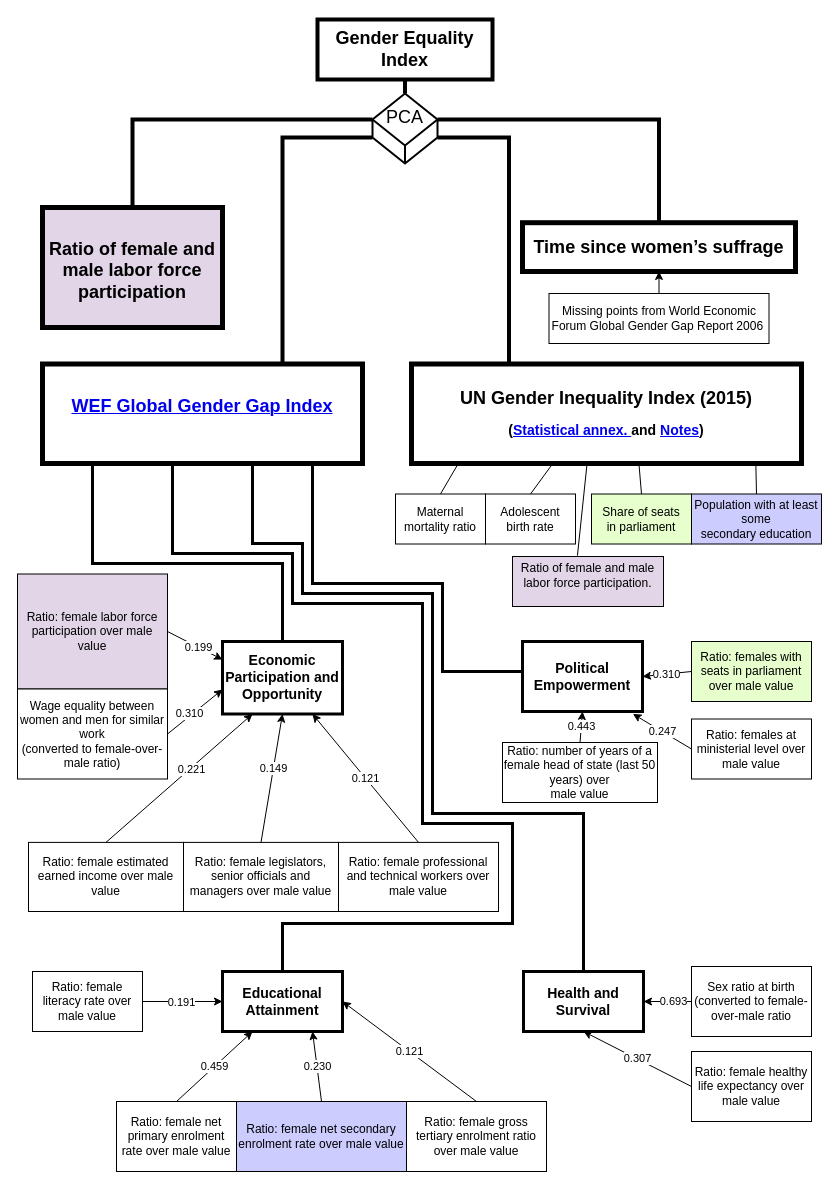
Earlier version of the draw.io diagram Article/figures/GenderEqualityIndex.drawio.xml (scerioli/Global-Preferences-Survey). Source tidied: cells renumbered, new cells numbered last; positions are measured from the earlier drawing's top-left corner, leaving out a move shared by most shapes. Both pictures are drawn from the tidied source at 100%, with x=0, y=0 at pixel (17, 19).
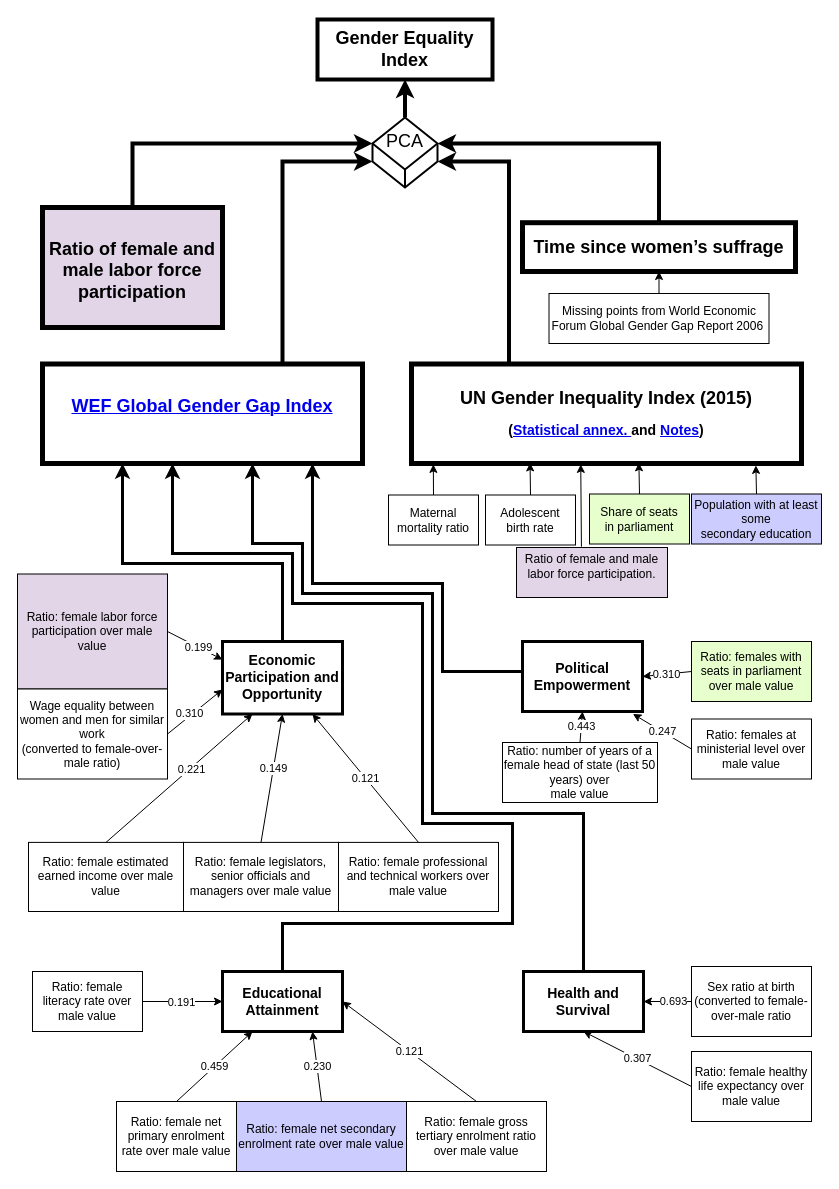
The same diagram, later.

Unchanged cells that the change refers to:
```xml
<mxCell id="2" value="&lt;font style=&quot;font-size: 18px&quot;&gt;&lt;b&gt;Gender Equality Index&lt;/b&gt;&lt;/font&gt;" style="rounded=0;whiteSpace=wrap;html=1;strokeWidth=4;" parent="1" vertex="1">
  <mxGeometry x="300" width="175" height="60" as="geometry" />
</mxCell>
<mxCell id="3" value="&lt;p&gt;&lt;font style=&quot;font-size: 18px&quot;&gt;&lt;b&gt;Time since women’s suffrage&lt;/b&gt;&lt;/font&gt;&lt;/p&gt;" style="rounded=0;whiteSpace=wrap;html=1;strokeWidth=5;" parent="1" vertex="1">
  <mxGeometry x="505" y="203.2" width="273" height="48.8" as="geometry" />
</mxCell>
<mxCell id="4" value="&lt;p&gt;&lt;b&gt;&lt;font style=&quot;font-size: 18px&quot;&gt;UN&amp;nbsp;Gender&amp;nbsp;Inequality Index (2015)&lt;/font&gt;&lt;/b&gt;&lt;/p&gt;&lt;p&gt;&lt;b&gt;&lt;font style=&quot;font-size: 14px&quot;&gt;(&lt;a href=&quot;http://hdr.undp.org/sites/default/files/hdr_2015_statistical_annex.pdf&quot;&gt;Statistical annex. &lt;/a&gt;and &lt;a href=&quot;http://hdr.undp.org/sites/default/files/hdr2015_technical_notes.pdf&quot;&gt;Notes&lt;/a&gt;)&lt;/font&gt;&lt;/b&gt;&lt;/p&gt;" style="rounded=0;whiteSpace=wrap;html=1;strokeWidth=5;" parent="1" vertex="1">
  <mxGeometry x="394" y="344.5" width="390" height="99.5" as="geometry" />
</mxCell>
<mxCell id="6" value="&lt;span style=&quot;text-align: left&quot;&gt;&lt;font&gt;&lt;a href=&quot;http://www3.weforum.org/docs/GGGR2015/cover.pdf&quot;&gt;&lt;b&gt;&lt;font style=&quot;font-size: 18px&quot;&gt;WEF Global&amp;nbsp;Gender&amp;nbsp;Gap Index&lt;/font&gt;&lt;/b&gt;&lt;br&gt;&lt;/a&gt;&lt;/font&gt;&lt;br&gt;&lt;/span&gt;" style="rounded=0;whiteSpace=wrap;html=1;strokeWidth=5;" parent="1" vertex="1">
  <mxGeometry x="25" y="344.5" width="320" height="99.5" as="geometry" />
</mxCell>
<mxCell id="9" value="&lt;p&gt;&lt;font style=&quot;font-size: 18px&quot;&gt;&lt;b&gt;&lt;br&gt;&lt;/b&gt;&lt;/font&gt;&lt;/p&gt;&lt;p&gt;&lt;font style=&quot;font-size: 18px&quot;&gt;&lt;b&gt;Ratio of female and male labor force participation&lt;/b&gt;&lt;/font&gt;&lt;/p&gt;&lt;p&gt;&lt;br&gt;&lt;/p&gt;" style="rounded=0;whiteSpace=wrap;html=1;fillColor=#e1d5e7;strokeWidth=5;strokeColor=#000000;" parent="1" vertex="1">
  <mxGeometry x="25" y="188" width="180" height="120" as="geometry" />
</mxCell>
<mxCell id="10" value="&lt;p&gt;&lt;b&gt;&lt;font style=&quot;font-size: 14px&quot;&gt;Economic Participation and Opportunity&lt;/font&gt;&lt;/b&gt;&lt;/p&gt;" style="rounded=0;whiteSpace=wrap;html=1;strokeWidth=3;" parent="1" vertex="1">
  <mxGeometry x="205" y="622" width="120" height="72.5" as="geometry" />
</mxCell>
<mxCell id="11" value="&lt;p&gt;&lt;b&gt;&lt;font style=&quot;font-size: 14px&quot;&gt;Educational Attainment&lt;/font&gt;&lt;/b&gt;&lt;/p&gt;" style="rounded=0;whiteSpace=wrap;html=1;strokeWidth=3;" parent="1" vertex="1">
  <mxGeometry x="205" y="952" width="120" height="60" as="geometry" />
</mxCell>
<mxCell id="12" value="&lt;p&gt;&lt;b&gt;&lt;font style=&quot;font-size: 14px&quot;&gt;Health and Survival&lt;/font&gt;&lt;/b&gt;&lt;/p&gt;" style="rounded=0;whiteSpace=wrap;html=1;strokeWidth=3;" parent="1" vertex="1">
  <mxGeometry x="506" y="952" width="120" height="60" as="geometry" />
</mxCell>
<mxCell id="13" value="&lt;p&gt;&lt;b&gt;&lt;font style=&quot;font-size: 14px&quot;&gt;Political Empowerment&lt;/font&gt;&lt;/b&gt;&lt;/p&gt;" style="rounded=0;whiteSpace=wrap;html=1;strokeWidth=3;" parent="1" vertex="1">
  <mxGeometry x="505" y="622" width="120" height="70" as="geometry" />
</mxCell>
<mxCell id="52" value="Population with at least some&lt;br/&gt;secondary education" style="rounded=0;whiteSpace=wrap;html=1;strokeWidth=1;fillColor=#CCCCFF;strokeColor=#000000;" parent="1" vertex="1">
  <mxGeometry x="674" y="474.5" width="130" height="50" as="geometry" />
</mxCell>
```

What changed in the source:
```diff
@@
-    <mxCell id="5" style="edgeStyle=orthogonalEdgeStyle;rounded=0;jettySize=auto;html=1;exitX=0.163;exitY=1.01;exitDx=0;exitDy=0;entryX=0.5;entryY=0;entryDx=0;entryDy=0;fontSize=14;startArrow=none;startFill=0;endArrow=none;endFill=0;strokeWidth=3;exitPerimeter=0;" parent="1" edge="1" source="6" target="10">
+    <mxCell id="5" style="edgeStyle=orthogonalEdgeStyle;rounded=0;jettySize=auto;html=1;entryX=0.5;entryY=0;entryDx=0;entryDy=0;fontSize=14;startArrow=classic;startFill=1;endArrow=none;endFill=0;strokeWidth=3;exitX=0.25;exitY=1;exitDx=0;exitDy=0;" parent="1" edge="1" source="6" target="10">
       <mxGeometry relative="1" as="geometry">
         <Array as="points">
-          <mxPoint x="75" y="444" />
-          <mxPoint x="75" y="544" />
+          <mxPoint x="105" y="544" />
           <mxPoint x="265" y="544" />
         </Array>
       </mxGeometry>
     </mxCell>
@@
     <mxCell id="49" value="Maternal&lt;br/&gt;mortality ratio" style="rounded=0;whiteSpace=wrap;html=1;strokeWidth=1;" parent="1" vertex="1">
-      <mxGeometry x="378" y="474.5" width="90" height="50" as="geometry" />
+      <mxGeometry x="371" y="475.5" width="90" height="50" as="geometry" />
     </mxCell>
     <mxCell id="50" value="Adolescent&lt;br/&gt;birth rate" style="rounded=0;whiteSpace=wrap;html=1;strokeWidth=1;" parent="1" vertex="1">
-      <mxGeometry x="468" y="474.5" width="90" height="50" as="geometry" />
+      <mxGeometry x="468" y="475.5" width="90" height="50" as="geometry" />
     </mxCell>
     <mxCell id="51" value="Share of seats&lt;br/&gt;in parliament" style="rounded=0;whiteSpace=wrap;html=1;strokeWidth=1;fillColor=#E6FFCC;" parent="1" vertex="1">
-      <mxGeometry x="574" y="474.5" width="100" height="50" as="geometry" />
+      <mxGeometry x="572" y="474.5" width="100" height="50" as="geometry" />
     </mxCell>
@@
     <mxCell id="53" value="&lt;br&gt;&lt;p&gt;&lt;span&gt;Ratio of female and male labor force participation.&lt;/span&gt;&lt;br&gt;&lt;/p&gt;&lt;p&gt;&lt;br&gt;&lt;/p&gt;" style="rounded=0;whiteSpace=wrap;html=1;strokeWidth=1;fillColor=#e1d5e7;strokeColor=#000000;" parent="1" vertex="1">
-      <mxGeometry x="495" y="537" width="151" height="50" as="geometry" />
+      <mxGeometry x="499" y="528" width="151" height="50" as="geometry" />
     </mxCell>
-    <mxCell id="54" style="endArrow=none;html=1;strokeWidth=1;exitX=0.883;exitY=1.019;exitDx=0;exitDy=0;exitPerimeter=0;entryX=0.5;entryY=0;entryDx=0;entryDy=0;" parent="1" edge="1" source="4" target="52">
+    <mxCell id="54" style="endArrow=none;html=1;strokeWidth=1;exitX=0.883;exitY=1.019;exitDx=0;exitDy=0;exitPerimeter=0;entryX=0.5;entryY=0;entryDx=0;entryDy=0;startArrow=classic;startFill=1;" parent="1" edge="1" source="4" target="52">
       <mxGeometry relative="1" as="geometry" />
     </mxCell>
-    <mxCell id="55" style="endArrow=none;html=1;strokeWidth=1;exitX=0.5;exitY=0;exitDx=0;exitDy=0;entryX=0.583;entryY=0.993;entryDx=0;entryDy=0;entryPerimeter=0;" parent="1" edge="1" source="51" target="4">
+    <mxCell id="55" style="endArrow=classic;html=1;strokeWidth=1;exitX=0.5;exitY=0;exitDx=0;exitDy=0;entryX=0.583;entryY=0.993;entryDx=0;entryDy=0;entryPerimeter=0;endFill=1;" parent="1" edge="1" source="51" target="4">
       <mxGeometry relative="1" as="geometry" />
     </mxCell>
-    <mxCell id="56" style="endArrow=none;html=1;strokeWidth=1;exitX=0.5;exitY=0;exitDx=0;exitDy=0;entryX=0.359;entryY=1.018;entryDx=0;entryDy=0;entryPerimeter=0;" parent="1" edge="1" source="50" target="4">
+    <mxCell id="56" style="endArrow=classic;html=1;strokeWidth=1;entryX=0.304;entryY=0.994;entryDx=0;entryDy=0;endFill=1;exitX=0.5;exitY=0;exitDx=0;exitDy=0;entryPerimeter=0;" parent="1" edge="1" source="50" target="4">
       <mxGeometry relative="1" as="geometry" />
     </mxCell>
-    <mxCell id="57" style="endArrow=none;html=1;strokeWidth=1;exitX=0.5;exitY=0;exitDx=0;exitDy=0;entryX=0.121;entryY=0.993;entryDx=0;entryDy=0;entryPerimeter=0;" parent="1" edge="1" source="49" target="4">
+    <mxCell id="57" style="endArrow=classic;html=1;strokeWidth=1;exitX=0.5;exitY=0;exitDx=0;exitDy=0;entryX=0.056;entryY=1.009;entryDx=0;entryDy=0;entryPerimeter=0;endFill=1;" parent="1" edge="1" source="49" target="4">
       <mxGeometry relative="1" as="geometry" />
     </mxCell>
-    <mxCell id="58" style="edgeStyle=orthogonalEdgeStyle;rounded=0;jettySize=auto;html=1;exitX=0;exitY=0;exitDx=0;exitDy=25.9718297906778;exitPerimeter=0;fontSize=18;endArrow=none;endFill=0;strokeWidth=4;" parent="1" edge="1" source="63" target="9">
+    <mxCell id="58" style="edgeStyle=orthogonalEdgeStyle;rounded=0;jettySize=auto;html=1;exitX=0;exitY=0;exitDx=0;exitDy=25.9718297906778;exitPerimeter=0;fontSize=18;endArrow=none;endFill=0;strokeWidth=4;startArrow=classic;startFill=1;" parent="1" edge="1" source="63" target="9">
       <mxGeometry relative="1" as="geometry" />
     </mxCell>
-    <mxCell id="59" style="edgeStyle=orthogonalEdgeStyle;rounded=0;jettySize=auto;html=1;exitX=0;exitY=0;exitDx=65;exitDy=25.9718297906778;exitPerimeter=0;entryX=0.5;entryY=0;entryDx=0;entryDy=0;fontSize=18;endArrow=none;endFill=0;strokeWidth=4;" parent="1" edge="1" source="63" target="3">
+    <mxCell id="59" style="edgeStyle=orthogonalEdgeStyle;rounded=0;jettySize=auto;html=1;exitX=0;exitY=0;exitDx=65;exitDy=25.9718297906778;exitPerimeter=0;entryX=0.5;entryY=0;entryDx=0;entryDy=0;fontSize=18;endArrow=none;endFill=0;strokeWidth=4;startArrow=classic;startFill=1;" parent="1" edge="1" source="63" target="3">
       <mxGeometry relative="1" as="geometry" />
     </mxCell>
-    <mxCell id="60" style="edgeStyle=orthogonalEdgeStyle;rounded=0;jettySize=auto;html=1;exitX=0;exitY=0;exitDx=0;exitDy=44.0281702093222;exitPerimeter=0;entryX=0.75;entryY=0;entryDx=0;entryDy=0;fontSize=18;strokeWidth=4;endArrow=none;endFill=0;" parent="1" edge="1" source="63" target="6">
+    <mxCell id="60" style="edgeStyle=orthogonalEdgeStyle;rounded=0;jettySize=auto;html=1;exitX=0;exitY=0;exitDx=0;exitDy=44.0281702093222;exitPerimeter=0;entryX=0.75;entryY=0;entryDx=0;entryDy=0;fontSize=18;strokeWidth=4;endArrow=none;endFill=0;startArrow=classic;startFill=1;" parent="1" edge="1" source="63" target="6">
       <mxGeometry relative="1" as="geometry" />
     </mxCell>
-    <mxCell id="61" style="edgeStyle=orthogonalEdgeStyle;rounded=0;jettySize=auto;html=1;exitX=0;exitY=0;exitDx=65;exitDy=44.0281702093222;exitPerimeter=0;entryX=0.25;entryY=0;entryDx=0;entryDy=0;fontSize=18;strokeWidth=4;endArrow=none;endFill=0;" parent="1" edge="1" source="63" target="4">
+    <mxCell id="61" style="edgeStyle=orthogonalEdgeStyle;rounded=0;jettySize=auto;html=1;exitX=0;exitY=0;exitDx=65;exitDy=44.0281702093222;exitPerimeter=0;entryX=0.25;entryY=0;entryDx=0;entryDy=0;fontSize=18;strokeWidth=4;endArrow=none;endFill=0;startArrow=classic;startFill=1;" parent="1" edge="1" source="63" target="4">
       <mxGeometry relative="1" as="geometry" />
     </mxCell>
-    <mxCell id="62" style="edgeStyle=orthogonalEdgeStyle;rounded=0;jettySize=auto;html=1;exitX=0.5;exitY=0;exitDx=0;exitDy=0;exitPerimeter=0;entryX=0.5;entryY=1;entryDx=0;entryDy=0;fontSize=14;endArrow=none;endFill=0;strokeWidth=4;" parent="1" edge="1" source="63" target="2">
+    <mxCell id="62" style="edgeStyle=orthogonalEdgeStyle;rounded=0;jettySize=auto;html=1;exitX=0.5;exitY=0;exitDx=0;exitDy=0;exitPerimeter=0;entryX=0.5;entryY=1;entryDx=0;entryDy=0;fontSize=14;endArrow=classic;endFill=1;strokeWidth=4;" parent="1" edge="1" source="63" target="2">
       <mxGeometry relative="1" as="geometry" />
     </mxCell>
     <mxCell id="63" value="&lt;font style=&quot;font-size: 18px&quot;&gt;PCA&lt;br&gt;&lt;br&gt;&lt;/font&gt;" style="whiteSpace=wrap;html=1;shape=mxgraph.basic.isocube;isoAngle=24.2;strokeWidth=2;" parent="1" vertex="1">
-      <mxGeometry x="355" y="74" width="65" height="70" as="geometry" />
+      <mxGeometry x="355" y="98" width="65" height="70" as="geometry" />
     </mxCell>
-    <mxCell id="64" style="edgeStyle=orthogonalEdgeStyle;rounded=0;jettySize=auto;html=1;entryX=0;entryY=0.5;entryDx=0;entryDy=0;fontSize=14;startArrow=none;startFill=0;endArrow=none;endFill=0;strokeWidth=3;" parent="1" edge="1" source="6" target="13">
+    <mxCell id="64" style="edgeStyle=orthogonalEdgeStyle;rounded=0;jettySize=auto;html=1;entryX=0;entryY=0.5;entryDx=0;entryDy=0;fontSize=14;startArrow=classic;startFill=1;endArrow=none;endFill=0;strokeWidth=3;" parent="1" edge="1" source="6" target="13">
       <mxGeometry relative="1" as="geometry">
         <Array as="points">
           <mxPoint x="295" y="564" />
           <mxPoint x="425" y="564" />
           <mxPoint x="425" y="652" />
           <mxPoint x="505" y="652" />
         </Array>
       </mxGeometry>
     </mxCell>
-    <mxCell id="65" style="edgeStyle=orthogonalEdgeStyle;rounded=0;jettySize=auto;html=1;entryX=0.5;entryY=0;entryDx=0;entryDy=0;fontSize=14;startArrow=none;startFill=0;endArrow=none;endFill=0;strokeWidth=3;" parent="1" edge="1" target="12">
+    <mxCell id="65" style="edgeStyle=orthogonalEdgeStyle;rounded=0;jettySize=auto;html=1;entryX=0.5;entryY=0;entryDx=0;entryDy=0;fontSize=14;startArrow=classic;startFill=1;endArrow=none;endFill=0;strokeWidth=3;" parent="1" edge="1" target="12">
       <mxGeometry relative="1" as="geometry">
         <mxPoint x="235" y="444" as="sourcePoint" />
         <Array as="points">
-          <mxPoint x="235" y="447" />
           <mxPoint x="235" y="524" />
           <mxPoint x="285" y="524" />
           <mxPoint x="285" y="574" />
           <mxPoint x="415" y="574" />
           <mxPoint x="415" y="794" />
           <mxPoint x="566" y="794" />
         </Array>
       </mxGeometry>
     </mxCell>
-    <mxCell id="66" style="edgeStyle=orthogonalEdgeStyle;rounded=0;jettySize=auto;html=1;fontSize=14;startArrow=none;startFill=0;endArrow=none;endFill=0;strokeWidth=3;entryX=0.5;entryY=0;entryDx=0;entryDy=0;" parent="1" edge="1" target="11">
+    <mxCell id="66" style="edgeStyle=orthogonalEdgeStyle;rounded=0;jettySize=auto;html=1;fontSize=14;startArrow=classic;startFill=1;endArrow=none;endFill=0;strokeWidth=3;entryX=0.5;entryY=0;entryDx=0;entryDy=0;" parent="1" edge="1" target="11">
       <mxGeometry relative="1" as="geometry">
         <mxPoint x="155" y="444" as="sourcePoint" />
         <Array as="points">
           <mxPoint x="155" y="534" />
           <mxPoint x="275" y="534" />
           <mxPoint x="275" y="584" />
           <mxPoint x="405" y="584" />
           <mxPoint x="405" y="804" />
           <mxPoint x="495" y="804" />
           <mxPoint x="495" y="904" />
           <mxPoint x="265" y="904" />
         </Array>
       </mxGeometry>
     </mxCell>
-    <mxCell id="67" style="endArrow=none;html=1;strokeWidth=1;exitX=0.43;exitY=-0.016;exitDx=0;exitDy=0;entryX=0.45;entryY=1.006;entryDx=0;entryDy=0;entryPerimeter=0;exitPerimeter=0;" parent="1" edge="1" source="53" target="4">
+    <mxCell id="67" style="endArrow=classic;html=1;strokeWidth=1;exitX=0.43;exitY=-0.016;exitDx=0;exitDy=0;entryX=0.434;entryY=1.009;entryDx=0;entryDy=0;entryPerimeter=0;exitPerimeter=0;endFill=1;" parent="1" edge="1" source="53" target="4">
       <mxGeometry relative="1" as="geometry" />
     </mxCell>
```
